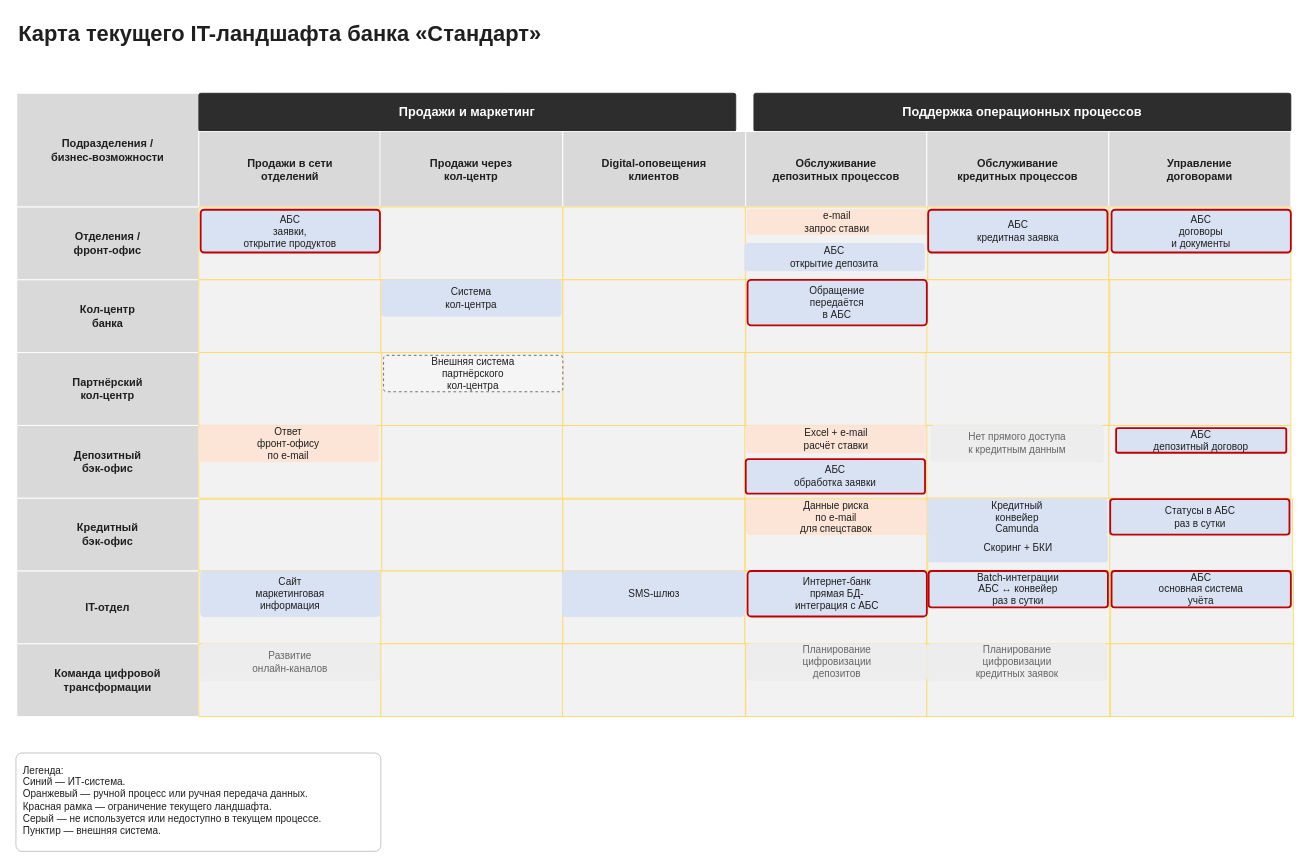
Before: page "IT-ландшафт As-Is" (1 of 2) of Task1/task1.drawio in SilinKirill/architecture-pro-standart, a draw.io diagram. Source tidied: cells renumbered, new cells numbered last; positions are measured from the earlier drawing's top-left corner, leaving out a move shared by most shapes. Both pictures are drawn from the tidied source at 91%, with x=0, y=0 at pixel (15, 15).
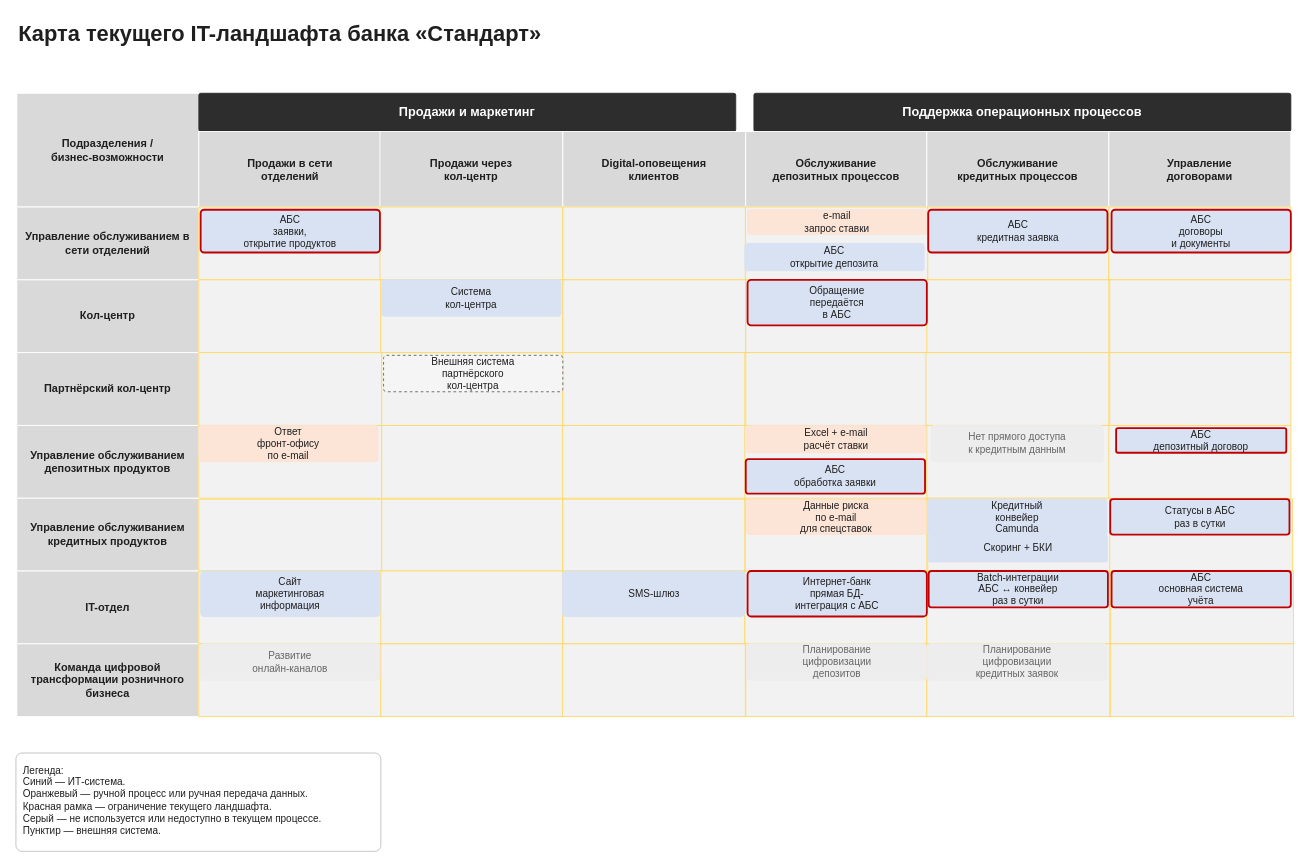
Above is the later version.

Commit message:
Sprint 3: задание 1. fix

What changed in the source:
```diff
@@
-    <mxCell id="12" value="Отделения /&#10;фронт-офис" style="rounded=0;whiteSpace=wrap;html=1;fillColor=#D9D9D9;strokeColor=#FFFFFF;fontColor=#1F1F1F;fontSize=12;fontStyle=1;align=center;verticalAlign=middle;" parent="1" vertex="1">
+    <mxCell id="12" value="Управление обслуживанием в сети отделений" style="rounded=0;whiteSpace=wrap;html=1;fillColor=#D9D9D9;strokeColor=#FFFFFF;fontColor=#1F1F1F;fontSize=12;fontStyle=1;align=center;verticalAlign=middle;" parent="1" vertex="1">
       <mxGeometry x="1" y="210" width="200" height="80" as="geometry" />
     </mxCell>
@@
-    <mxCell id="19" value="Кол-центр&#10;банка" style="rounded=0;whiteSpace=wrap;html=1;fillColor=#D9D9D9;strokeColor=#FFFFFF;fontColor=#1F1F1F;fontSize=12;fontStyle=1;align=center;verticalAlign=middle;" parent="1" vertex="1">
+    <mxCell id="19" value="Кол-центр" style="rounded=0;whiteSpace=wrap;html=1;fillColor=#D9D9D9;strokeColor=#FFFFFF;fontColor=#1F1F1F;fontSize=12;fontStyle=1;align=center;verticalAlign=middle;" parent="1" vertex="1">
       <mxGeometry x="1" y="290" width="200" height="80" as="geometry" />
     </mxCell>
@@
-    <mxCell id="26" value="Партнёрский&#10;кол-центр" style="rounded=0;whiteSpace=wrap;html=1;fillColor=#D9D9D9;strokeColor=#FFFFFF;fontColor=#1F1F1F;fontSize=12;fontStyle=1;align=center;verticalAlign=middle;" parent="1" vertex="1">
+    <mxCell id="26" value="Партнёрский кол-центр" style="rounded=0;whiteSpace=wrap;html=1;fillColor=#D9D9D9;strokeColor=#FFFFFF;fontColor=#1F1F1F;fontSize=12;fontStyle=1;align=center;verticalAlign=middle;" parent="1" vertex="1">
       <mxGeometry x="1" y="370" width="200" height="80" as="geometry" />
     </mxCell>
@@
-    <mxCell id="33" value="Депозитный&#10;бэк-офис" style="rounded=0;whiteSpace=wrap;html=1;fillColor=#D9D9D9;strokeColor=#FFFFFF;fontColor=#1F1F1F;fontSize=12;fontStyle=1;align=center;verticalAlign=middle;" parent="1" vertex="1">
+    <mxCell id="33" value="Управление обслуживанием депозитных продуктов" style="rounded=0;whiteSpace=wrap;html=1;fillColor=#D9D9D9;strokeColor=#FFFFFF;fontColor=#1F1F1F;fontSize=12;fontStyle=1;align=center;verticalAlign=middle;" parent="1" vertex="1">
       <mxGeometry x="1" y="450" width="200" height="80" as="geometry" />
     </mxCell>
@@
-    <mxCell id="40" value="Кредитный&#10;бэк-офис" style="rounded=0;whiteSpace=wrap;html=1;fillColor=#D9D9D9;strokeColor=#FFFFFF;fontColor=#1F1F1F;fontSize=12;fontStyle=1;align=center;verticalAlign=middle;" parent="1" vertex="1">
+    <mxCell id="40" value="Управление обслуживанием кредитных продуктов" style="rounded=0;whiteSpace=wrap;html=1;fillColor=#D9D9D9;strokeColor=#FFFFFF;fontColor=#1F1F1F;fontSize=12;fontStyle=1;align=center;verticalAlign=middle;" parent="1" vertex="1">
       <mxGeometry x="1" y="530" width="200" height="80" as="geometry" />
     </mxCell>
@@
-    <mxCell id="54" value="Команда цифровой&#10;трансформации" style="rounded=0;whiteSpace=wrap;html=1;fillColor=#D9D9D9;strokeColor=#FFFFFF;fontColor=#1F1F1F;fontSize=12;fontStyle=1;align=center;verticalAlign=middle;" parent="1" vertex="1">
+    <mxCell id="54" value="Команда цифровой трансформации розничного бизнеса" style="rounded=0;whiteSpace=wrap;html=1;fillColor=#D9D9D9;strokeColor=#FFFFFF;fontColor=#1F1F1F;fontSize=12;fontStyle=1;align=center;verticalAlign=middle;" parent="1" vertex="1">
       <mxGeometry x="1" y="690" width="200" height="80" as="geometry" />
     </mxCell>
```
